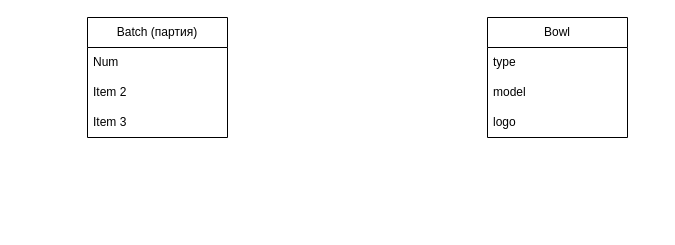
Above: CosmoCRM.drawio in OGdanik/db_diagrams (draw.io), before the change. Source tidied: cells renumbered, new cells numbered last; positions are measured from the earlier drawing's top-left corner, leaving out a move shared by most shapes. Both pictures are drawn from the tidied source at 100%, with x=0, y=0 at pixel (87, 17).
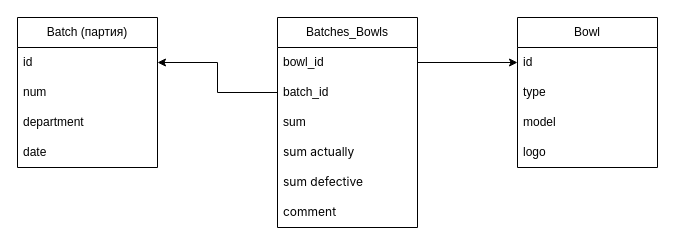
The same page after the edit.

Change to the diagram source:
```diff
@@
     <mxCell id="2" value="Batch (партия)" style="swimlane;fontStyle=0;horizontal=1;startSize=30;whiteSpace=wrap;html=1;" parent="1" vertex="1">
-      <mxGeometry width="140" height="120" as="geometry" />
+      <mxGeometry x="-70" width="140" height="150" as="geometry" />
     </mxCell>
-    <mxCell id="3" value="Num" style="text;strokeColor=none;fillColor=none;align=left;verticalAlign=middle;spacingLeft=4;spacingRight=4;overflow=hidden;points=[[0,0.5],[1,0.5]];portConstraint=eastwest;whiteSpace=wrap;html=1;" parent="2" vertex="1">
+    <mxCell id="3" value="id" style="text;strokeColor=none;fillColor=none;align=left;verticalAlign=middle;spacingLeft=4;spacingRight=4;overflow=hidden;points=[[0,0.5],[1,0.5]];portConstraint=eastwest;whiteSpace=wrap;html=1;" parent="2" vertex="1">
       <mxGeometry y="30" width="140" height="30" as="geometry" />
     </mxCell>
-    <mxCell id="4" value="Item 2" style="text;strokeColor=none;fillColor=none;align=left;verticalAlign=middle;spacingLeft=4;spacingRight=4;overflow=hidden;whiteSpace=wrap;html=1;" parent="2" vertex="1">
+    <mxCell id="4" value="num" style="text;strokeColor=none;fillColor=none;align=left;verticalAlign=middle;spacingLeft=4;spacingRight=4;overflow=hidden;whiteSpace=wrap;html=1;" parent="2" vertex="1">
       <mxGeometry y="60" width="140" height="30" as="geometry" />
     </mxCell>
-    <mxCell id="5" value="Item 3" style="text;strokeColor=none;fillColor=none;align=left;verticalAlign=middle;spacingLeft=4;spacingRight=4;overflow=hidden;whiteSpace=wrap;html=1;" parent="2" vertex="1">
+    <mxCell id="5" value="department" style="text;strokeColor=none;fillColor=none;align=left;verticalAlign=middle;spacingLeft=4;spacingRight=4;overflow=hidden;whiteSpace=wrap;html=1;" parent="2" vertex="1">
       <mxGeometry y="90" width="140" height="30" as="geometry" />
     </mxCell>
+    <mxCell id="10" value="date" style="text;strokeColor=none;fillColor=none;align=left;verticalAlign=middle;spacingLeft=4;spacingRight=4;overflow=hidden;whiteSpace=wrap;html=1;" parent="2" vertex="1">
+      <mxGeometry y="120" width="140" height="30" as="geometry" />
+    </mxCell>
     <mxCell id="6" value="Bowl" style="swimlane;fontStyle=0;horizontal=1;startSize=30;whiteSpace=wrap;html=1;" parent="1" vertex="1">
-      <mxGeometry x="400" width="140" height="120" as="geometry" />
+      <mxGeometry x="430" width="140" height="150" as="geometry" />
     </mxCell>
-    <mxCell id="7" value="type" style="text;strokeColor=none;fillColor=none;align=left;verticalAlign=middle;spacingLeft=4;spacingRight=4;overflow=hidden;points=[[0,0.5],[1,0.5]];portConstraint=eastwest;whiteSpace=wrap;html=1;" parent="6" vertex="1">
+    <mxCell id="7" value="id" style="text;strokeColor=none;fillColor=none;align=left;verticalAlign=middle;spacingLeft=4;spacingRight=4;overflow=hidden;points=[[0,0.5],[1,0.5]];portConstraint=eastwest;whiteSpace=wrap;html=1;" parent="6" vertex="1">
       <mxGeometry y="30" width="140" height="30" as="geometry" />
     </mxCell>
+    <mxCell id="11" value="type" style="text;strokeColor=none;fillColor=none;align=left;verticalAlign=middle;spacingLeft=4;spacingRight=4;overflow=hidden;whiteSpace=wrap;html=1;" parent="6" vertex="1">
+      <mxGeometry y="60" width="140" height="30" as="geometry" />
+    </mxCell>
     <mxCell id="8" value="model" style="text;strokeColor=none;fillColor=none;align=left;verticalAlign=middle;spacingLeft=4;spacingRight=4;overflow=hidden;whiteSpace=wrap;html=1;" parent="6" vertex="1">
-      <mxGeometry y="60" width="140" height="30" as="geometry" />
+      <mxGeometry y="90" width="140" height="30" as="geometry" />
     </mxCell>
     <mxCell id="9" value="logo" style="text;strokeColor=none;fillColor=none;align=left;verticalAlign=middle;spacingLeft=4;spacingRight=4;overflow=hidden;whiteSpace=wrap;html=1;" parent="6" vertex="1">
-      <mxGeometry y="90" width="140" height="30" as="geometry" />
+      <mxGeometry y="120" width="140" height="30" as="geometry" />
     </mxCell>
+    <mxCell id="12" value="Batches_Bowls" style="swimlane;fontStyle=0;horizontal=1;startSize=30;whiteSpace=wrap;html=1;" parent="1" vertex="1">
+      <mxGeometry x="190" width="140" height="210" as="geometry" />
+    </mxCell>
+    <mxCell id="13" value="bowl_id" style="text;strokeColor=none;fillColor=none;align=left;verticalAlign=middle;spacingLeft=4;spacingRight=4;overflow=hidden;points=[[0,0.5],[1,0.5]];portConstraint=eastwest;whiteSpace=wrap;html=1;" parent="12" vertex="1">
+      <mxGeometry y="30" width="140" height="30" as="geometry" />
+    </mxCell>
+    <mxCell id="14" value="batch_id" style="text;strokeColor=none;fillColor=none;align=left;verticalAlign=middle;spacingLeft=4;spacingRight=4;overflow=hidden;points=[[0,0.5],[1,0.5]];portConstraint=eastwest;whiteSpace=wrap;html=1;" parent="12" vertex="1">
+      <mxGeometry y="60" width="140" height="30" as="geometry" />
+    </mxCell>
+    <mxCell id="15" value="sum" style="text;strokeColor=none;fillColor=none;align=left;verticalAlign=middle;spacingLeft=4;spacingRight=4;overflow=hidden;whiteSpace=wrap;html=1;" parent="12" vertex="1">
+      <mxGeometry y="90" width="140" height="30" as="geometry" />
+    </mxCell>
+    <mxCell id="16" value="&lt;font size=&quot;1&quot; face=&quot;YS Text, -apple-system, BlinkMacSystemFont, Arial, Helvetica, sans-serif&quot;&gt;&lt;span style=&quot;white-space-collapse: preserve; background-color: rgba(255, 255, 255, 0.05); font-size: 12px;&quot;&gt;sum actually&lt;/span&gt;&lt;/font&gt;" style="text;strokeColor=none;fillColor=none;align=left;verticalAlign=middle;spacingLeft=4;spacingRight=4;overflow=hidden;whiteSpace=wrap;html=1;" parent="12" vertex="1">
+      <mxGeometry y="120" width="140" height="30" as="geometry" />
+    </mxCell>
+    <mxCell id="17" value="&lt;font size=&quot;1&quot; face=&quot;YS Text, -apple-system, BlinkMacSystemFont, Arial, Helvetica, sans-serif&quot;&gt;&lt;span style=&quot;white-space-collapse: preserve; background-color: rgba(255, 255, 255, 0.05); font-size: 12px;&quot;&gt;sum &lt;/span&gt;&lt;/font&gt;&lt;font face=&quot;YS Text, -apple-system, BlinkMacSystemFont, Arial, Helvetica, sans-serif&quot;&gt;&lt;span style=&quot;white-space-collapse: preserve;&quot;&gt;defective&lt;/span&gt;&lt;/font&gt;" style="text;strokeColor=none;fillColor=none;align=left;verticalAlign=middle;spacingLeft=4;spacingRight=4;overflow=hidden;whiteSpace=wrap;html=1;" parent="12" vertex="1">
+      <mxGeometry y="150" width="140" height="30" as="geometry" />
+    </mxCell>
+    <mxCell id="18" value="&lt;span style=&quot;font-family: &amp;quot;YS Text&amp;quot;, -apple-system, BlinkMacSystemFont, Arial, Helvetica, sans-serif; white-space-collapse: preserve; background-color: rgba(255, 255, 255, 0.05);&quot;&gt;&lt;font style=&quot;font-size: 12px;&quot;&gt;comment&lt;/font&gt;&lt;/span&gt;" style="text;strokeColor=none;fillColor=none;align=left;verticalAlign=middle;spacingLeft=4;spacingRight=4;overflow=hidden;whiteSpace=wrap;html=1;" parent="12" vertex="1">
+      <mxGeometry y="180" width="140" height="30" as="geometry" />
+    </mxCell>
+    <mxCell id="19" style="edgeStyle=orthogonalEdgeStyle;rounded=0;jettySize=auto;html=1;exitX=0;exitY=0.5;exitDx=0;exitDy=0;entryX=1;entryY=0.5;entryDx=0;entryDy=0;" parent="1" edge="1" source="14" target="3">
+      <mxGeometry relative="1" as="geometry" />
+    </mxCell>
+    <mxCell id="20" style="edgeStyle=orthogonalEdgeStyle;rounded=0;jettySize=auto;html=1;exitX=1;exitY=0.5;exitDx=0;exitDy=0;entryX=0;entryY=0.5;entryDx=0;entryDy=0;" parent="1" edge="1" source="13" target="7">
+      <mxGeometry relative="1" as="geometry" />
+    </mxCell>
```
